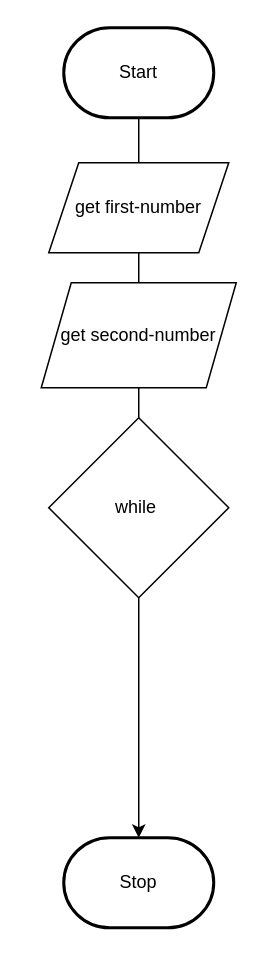
MTHS-ICS2O-2-2022/ICS2O-Unit-5-06-Yuri-Gabutero24 keeps this draw.io diagram as design/flowchart.drawio. Above is the earlier version. Source tidied: cells renumbered, new cells numbered last; positions are measured from the earlier drawing's top-left corner, leaving out a move shared by most shapes. Both pictures are drawn from the tidied source at 150%, with x=0, y=0 at pixel (40, 27).
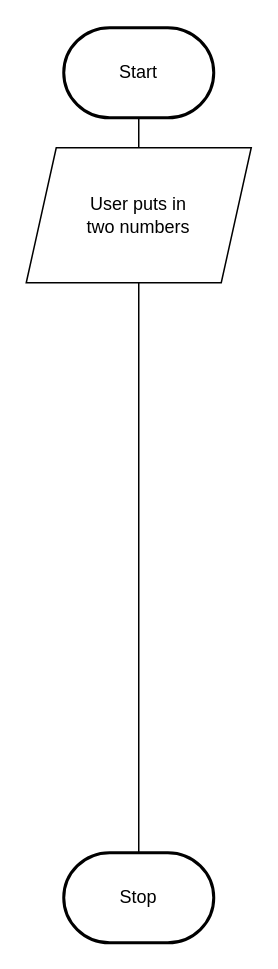
The same page after the edit.

Change to the diagram source:
```diff
@@
 <mxGraphModel>
   <root>
     <mxCell id="0" />
     <mxCell id="1" parent="0" />
-    <mxCell id="2" style="edgeStyle=orthogonalEdgeStyle;html=1;rounded=0;startArrow=none;" parent="1" edge="1" source="10" target="4">
-      <mxGeometry relative="1" as="geometry" />
-    </mxCell>
     <mxCell id="3" value="Start" style="strokeWidth=2;html=1;shape=mxgraph.flowchart.terminator;whiteSpace=wrap;" parent="1" vertex="1">
       <mxGeometry x="15" width="100" height="60" as="geometry" />
     </mxCell>
     <mxCell id="4" value="Stop" style="strokeWidth=2;html=1;shape=mxgraph.flowchart.terminator;whiteSpace=wrap;" parent="1" vertex="1">
-      <mxGeometry x="15" y="540" width="100" height="60" as="geometry" />
+      <mxGeometry x="15" y="550" width="100" height="60" as="geometry" />
     </mxCell>
-    <mxCell id="5" style="edgeStyle=orthogonalEdgeStyle;html=1;rounded=0;endArrow=none;" parent="1" edge="1" source="3" target="6">
+    <mxCell id="5" style="edgeStyle=orthogonalEdgeStyle;html=1;rounded=0;endArrow=none;startArrow=none;" parent="1" edge="1" source="12" target="4">
       <mxGeometry relative="1" as="geometry" />
     </mxCell>
-    <mxCell id="6" value="get first-number" style="shape=parallelogram;perimeter=parallelogramPerimeter;whiteSpace=wrap;html=1;fixedSize=1;" parent="1" vertex="1">
-      <mxGeometry x="5" y="90" width="120" height="60" as="geometry" />
-    </mxCell>
-    <mxCell id="7" style="edgeStyle=orthogonalEdgeStyle;html=1;rounded=0;startArrow=none;endArrow=none;" parent="1" edge="1" source="6" target="8">
-      <mxGeometry relative="1" as="geometry" />
-    </mxCell>
-    <mxCell id="8" value="get second-number" style="shape=parallelogram;perimeter=parallelogramPerimeter;whiteSpace=wrap;html=1;fixedSize=1;" parent="1" vertex="1">
-      <mxGeometry y="170" width="130" height="70" as="geometry" />
-    </mxCell>
-    <mxCell id="9" style="edgeStyle=orthogonalEdgeStyle;html=1;rounded=0;startArrow=none;endArrow=none;" parent="1" edge="1" source="8" target="10">
-      <mxGeometry relative="1" as="geometry" />
-    </mxCell>
-    <mxCell id="10" value="while&amp;nbsp;" style="rhombus;whiteSpace=wrap;html=1;" parent="1" vertex="1">
-      <mxGeometry x="5" y="260" width="120" height="120" as="geometry" />
-    </mxCell>
+    <mxCell id="11" style="edgeStyle=orthogonalEdgeStyle;html=1;rounded=0;endArrow=none;" parent="1" edge="1" source="3" target="12">
+      <mxGeometry relative="1" as="geometry" />
+    </mxCell>
+    <mxCell id="12" value="User puts in &lt;br&gt;two numbers" style="shape=parallelogram;perimeter=parallelogramPerimeter;whiteSpace=wrap;html=1;fixedSize=1;" parent="1" vertex="1">
+      <mxGeometry x="-10" y="80" width="150" height="90" as="geometry" />
+    </mxCell>
   </root>
 </mxGraphModel>
```
